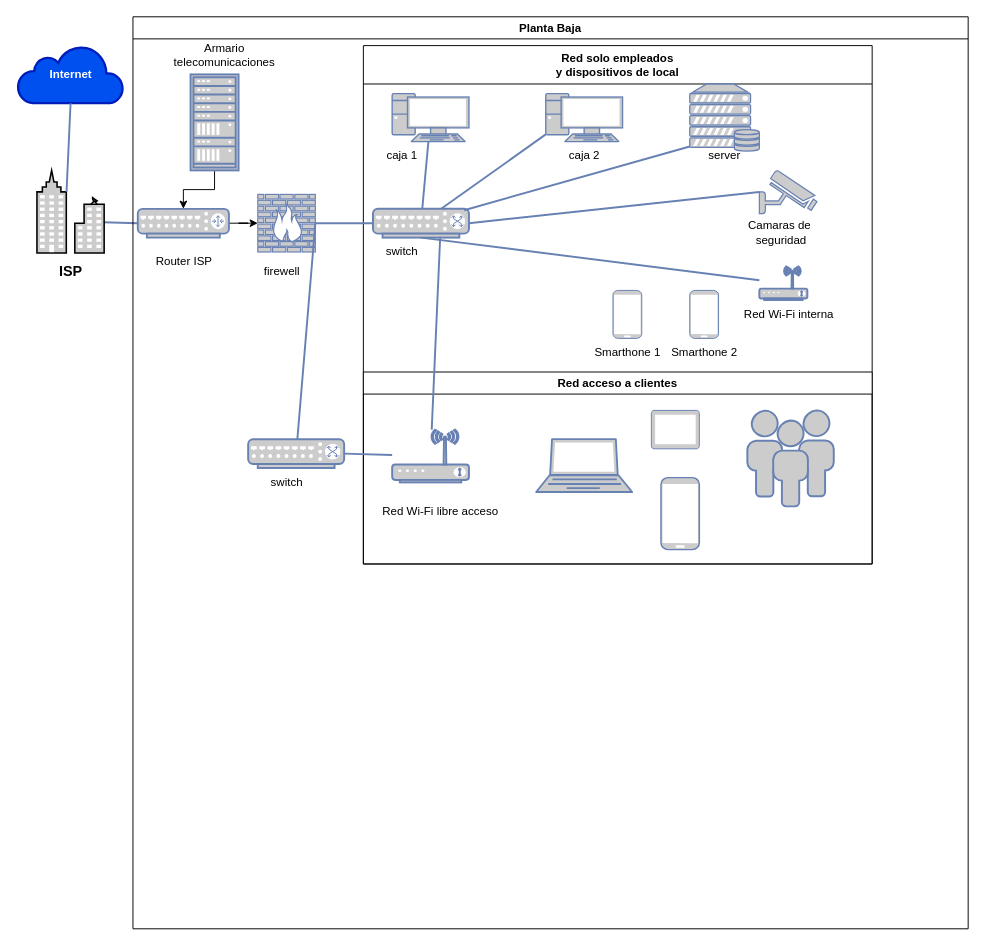
Earlier version of the draw.io diagram Diagrama-red5-Melgarejo.drawio (monick96/diagramasVarios). Source tidied: cells renumbered, new cells numbered last; positions are measured from the earlier drawing's top-left corner, leaving out a move shared by most shapes. Both pictures are drawn from the tidied source at 96%, with x=0, y=0 at pixel (17, 16).
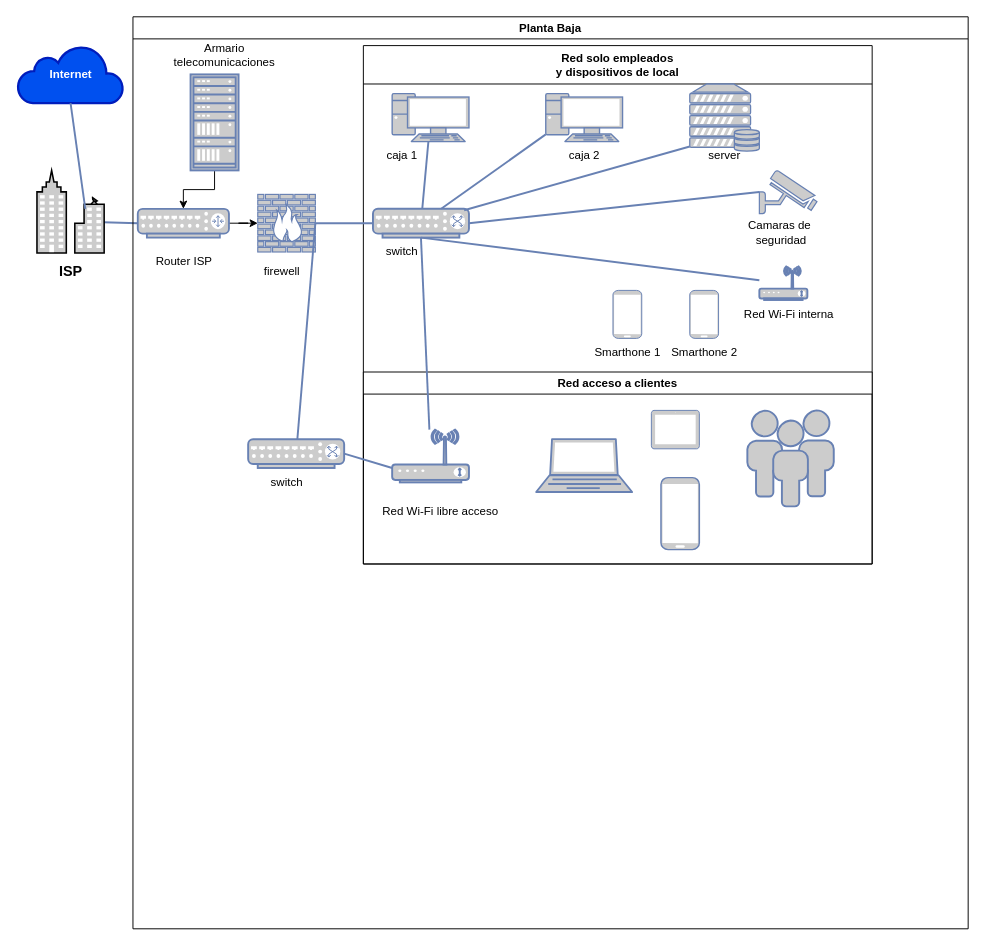
The same diagram, later.

Unchanged cells that the change refers to:
```xml
<mxCell id="3" style="fontColor=#0066CC;verticalAlign=top;verticalLabelPosition=bottom;labelPosition=center;align=center;html=1;fillColor=#CCCCCC;strokeColor=#000000;gradientColor=none;gradientDirection=north;strokeWidth=2;shape=mxgraph.networks.business_center;rounded=1;shadow=0;comic=0;labelBackgroundColor=none;" parent="1" vertex="1">
  <mxGeometry x="20" y="160" width="70" height="86" as="geometry" />
</mxCell>
<mxCell id="4" value="&lt;b&gt;Internet&lt;/b&gt;" style="html=1;outlineConnect=0;fillColor=#0050ef;strokeColor=#001DBC;gradientDirection=north;strokeWidth=2;shape=mxgraph.networks.cloud;fontColor=#ffffff;" parent="1" vertex="1">
  <mxGeometry y="30" width="110" height="60" as="geometry" />
</mxCell>
<mxCell id="6" value="Planta Baja" style="swimlane;" parent="1" vertex="1">
  <mxGeometry x="120" width="870" height="950" as="geometry" />
</mxCell>
<mxCell id="23" style="fontColor=#0066CC;verticalAlign=top;verticalLabelPosition=bottom;labelPosition=center;align=center;html=1;outlineConnect=0;fillColor=#CCCCCC;strokeColor=#6881B3;gradientColor=none;gradientDirection=north;strokeWidth=2;shape=mxgraph.networks.switch;" parent="15" vertex="1">
  <mxGeometry x="10" y="170" width="100" height="30" as="geometry" />
</mxCell>
<mxCell id="43" style="fontColor=#0066CC;verticalAlign=top;verticalLabelPosition=bottom;labelPosition=center;align=center;html=1;outlineConnect=0;fillColor=#CCCCCC;strokeColor=#6881B3;gradientColor=none;gradientDirection=north;strokeWidth=2;shape=mxgraph.networks.wireless_modem;" parent="6" vertex="1">
  <mxGeometry x="270" y="430" width="80" height="55" as="geometry" />
</mxCell>
<mxCell id="45" style="fontColor=#0066CC;verticalAlign=top;verticalLabelPosition=bottom;labelPosition=center;align=center;html=1;outlineConnect=0;fillColor=#CCCCCC;strokeColor=#6881B3;gradientColor=none;gradientDirection=north;strokeWidth=2;shape=mxgraph.networks.switch;" parent="6" vertex="1">
  <mxGeometry x="120" y="440" width="100" height="30" as="geometry" />
</mxCell>
```

The edit, as a diff of the source:
```diff
@@
-    <mxCell id="44" style="edgeStyle=none;rounded=0;html=1;labelBackgroundColor=none;endArrow=none;strokeColor=#6881B3;strokeWidth=2;fontFamily=Verdana;fontSize=28;fontColor=#0066CC;exitX=0.7;exitY=1;exitDx=0;exitDy=0;exitPerimeter=0;" parent="6" edge="1" source="23" target="43">
+    <mxCell id="44" style="edgeStyle=none;rounded=0;html=1;labelBackgroundColor=none;endArrow=none;strokeColor=#6881B3;strokeWidth=2;fontFamily=Verdana;fontSize=28;fontColor=#0066CC;exitX=0.5;exitY=1;exitDx=0;exitDy=0;exitPerimeter=0;" parent="6" edge="1" source="23" target="43">
       <mxGeometry relative="1" as="geometry" />
     </mxCell>
@@
-    <mxCell id="48" style="edgeStyle=none;rounded=0;html=1;labelBackgroundColor=none;endArrow=none;strokeColor=#6881B3;strokeWidth=2;fontFamily=Verdana;fontSize=28;fontColor=#0066CC;entryX=1;entryY=0.5;entryDx=0;entryDy=0;entryPerimeter=0;" parent="6" edge="1" source="43" target="45">
+    <mxCell id="48" style="edgeStyle=none;rounded=0;html=1;labelBackgroundColor=none;endArrow=none;strokeColor=#6881B3;strokeWidth=2;fontFamily=Verdana;fontSize=28;fontColor=#0066CC;entryX=1;entryY=0.5;entryDx=0;entryDy=0;entryPerimeter=0;exitX=0;exitY=0.727;exitDx=0;exitDy=0;exitPerimeter=0;" parent="6" edge="1" source="43" target="45">
       <mxGeometry relative="1" as="geometry" />
     </mxCell>
@@
-    <mxCell id="50" style="edgeStyle=none;rounded=0;html=1;labelBackgroundColor=none;endArrow=none;strokeColor=#6881B3;strokeWidth=2;fontFamily=Verdana;fontSize=28;fontColor=#0066CC;exitX=0.5;exitY=1;exitDx=0;exitDy=0;exitPerimeter=0;entryX=0.44;entryY=0.26;entryDx=0;entryDy=0;entryPerimeter=0;" parent="1" edge="1" source="4" target="3">
+    <mxCell id="50" style="edgeStyle=none;rounded=0;html=1;labelBackgroundColor=none;endArrow=none;strokeColor=#6881B3;strokeWidth=2;fontFamily=Verdana;fontSize=28;fontColor=#0066CC;exitX=0.5;exitY=1;exitDx=0;exitDy=0;exitPerimeter=0;entryX=0.719;entryY=0.466;entryDx=0;entryDy=0;entryPerimeter=0;" parent="1" edge="1" source="4" target="3">
       <mxGeometry relative="1" as="geometry" />
     </mxCell>
```
